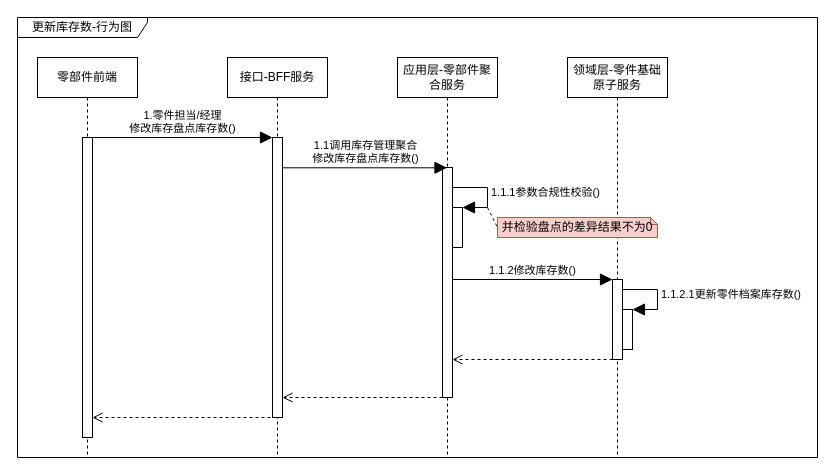
1132489442/gitRepository1 keeps this draw.io diagram as page "更新库存数行为图" (4 of 6) of 库存管理-库存盘点.drawio. Above is the earlier version. Source tidied: cells renumbered, new cells numbered last; positions are measured from the earlier drawing's top-left corner, leaving out a move shared by most shapes. Both pictures are drawn from the tidied source at 100%, with x=0, y=0 at pixel (17, 17).
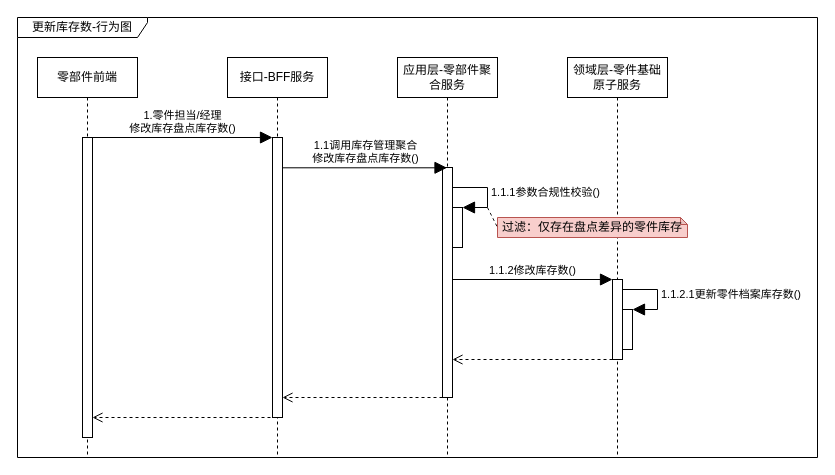
The same page after the edit.

Diff of the diagram source:
```diff
@@
-    <mxCell id="21" value="并检验盘点的差异结果不为0" style="shape=note;whiteSpace=wrap;html=1;backgroundOutline=1;darkOpacity=0.05;strokeColor=#b85450;fillColor=#f8cecc;size=7;" parent="1" vertex="1">
-      <mxGeometry x="480" y="200" width="160" height="20" as="geometry" />
+    <mxCell id="21" value="过滤：仅存在盘点差异的零件库存" style="shape=note;whiteSpace=wrap;html=1;backgroundOutline=1;darkOpacity=0.05;strokeColor=#b85450;fillColor=#f8cecc;size=7;" parent="1" vertex="1">
+      <mxGeometry x="480" y="200" width="190" height="20" as="geometry" />
     </mxCell>
```
